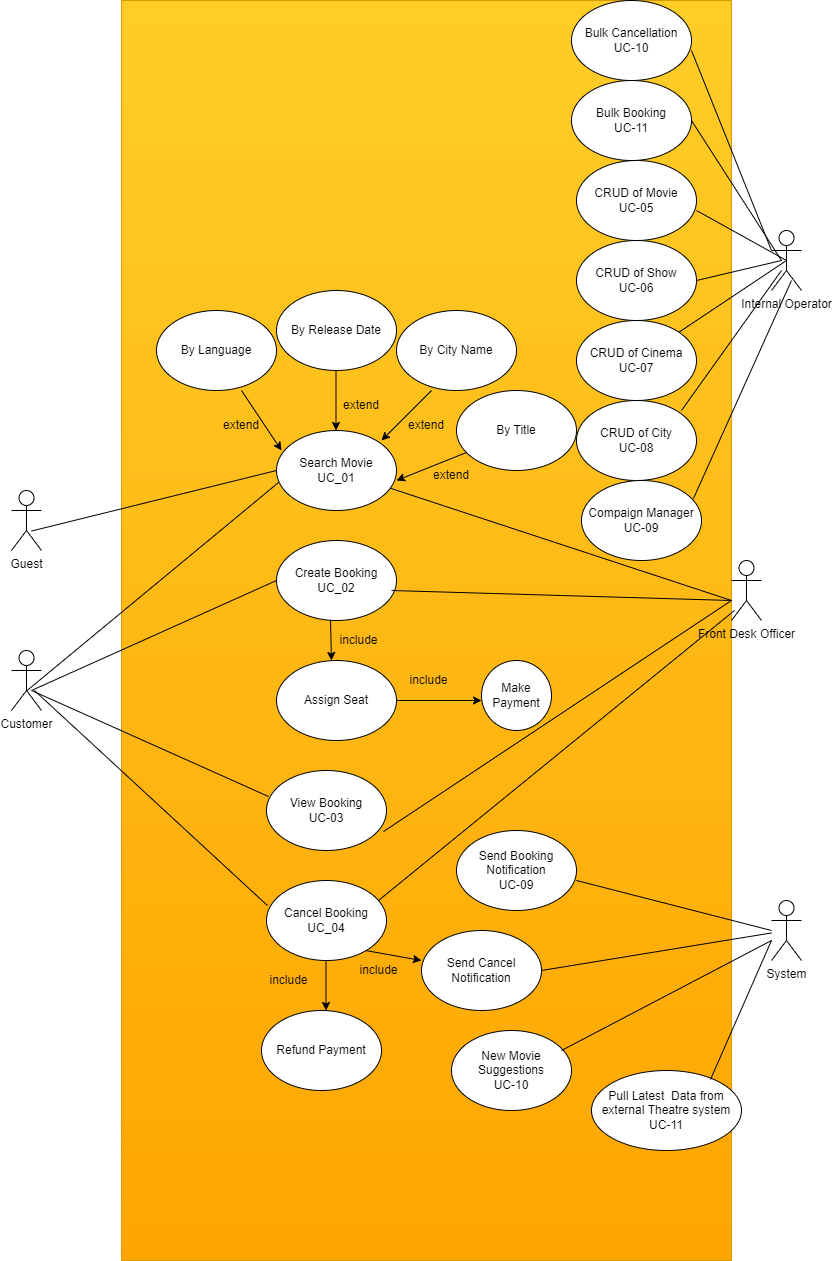
Before: img/usecasediagram.png, a diagram exported from draw.io (kumprabhat/movie-ticket-booking-system). Source tidied: cells renumbered, new cells last; positions are measured from the earlier drawing's top-left corner, leaving out a move shared by most shapes.
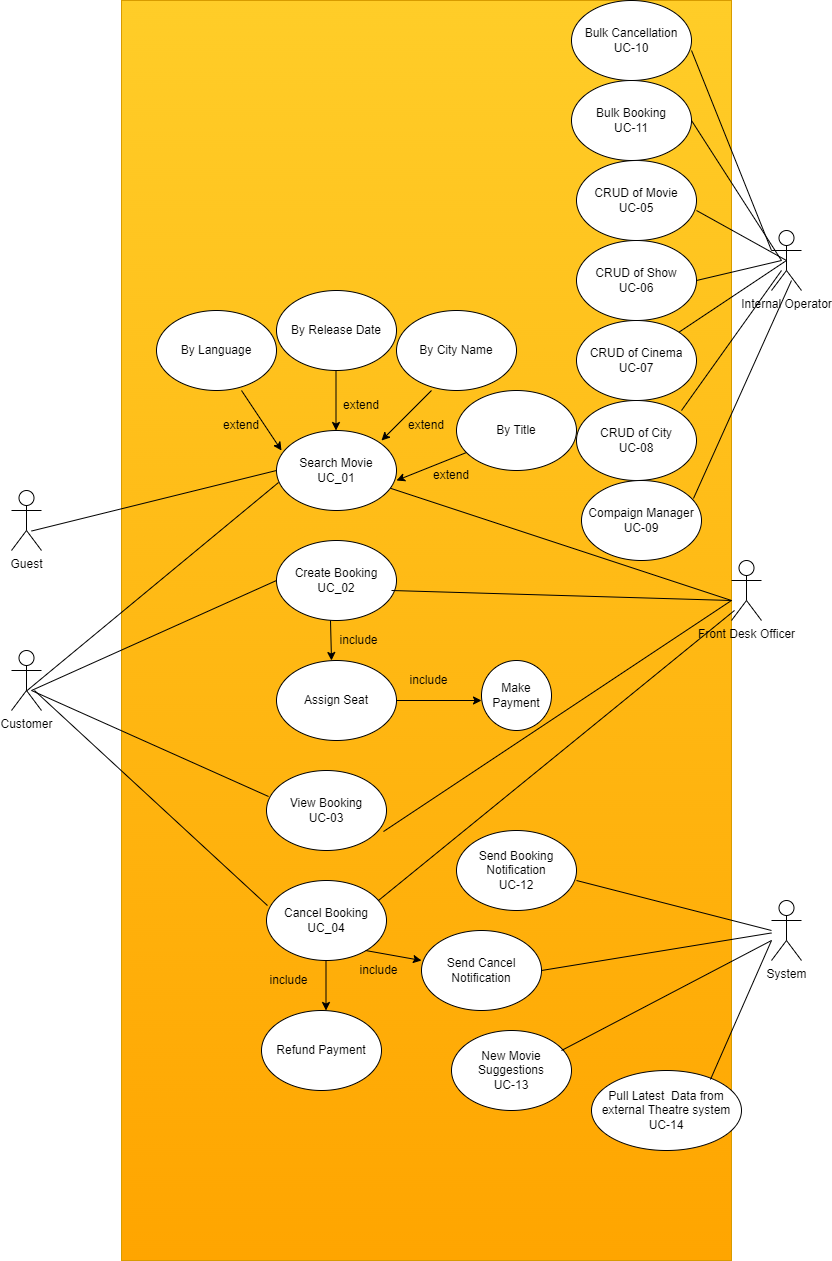
After the commit.

Diff of the diagram source:
```diff
@@ -211,7 +211,7 @@
         <mxPoint x="530" y="970" as="sourcePoint" />
       </mxGeometry>
     </mxCell>
-    <mxCell id="54" value="Send Booking Notification&lt;br&gt;UC-09" style="ellipse;whiteSpace=wrap;html=1;" parent="1" vertex="1">
+    <mxCell id="54" value="Send Booking Notification&lt;br&gt;UC-12" style="ellipse;whiteSpace=wrap;html=1;" parent="1" vertex="1">
       <mxGeometry x="445" y="830" width="120" height="80" as="geometry" />
     </mxCell>
     <mxCell id="55" style="endArrow=none;html=1;rounded=0;exitX=0.933;exitY=0.25;exitDx=0;exitDy=0;exitPerimeter=0;" parent="1" edge="1">
@@ -220,7 +220,7 @@
         <mxPoint x="760" y="930" as="targetPoint" />
       </mxGeometry>
     </mxCell>
-    <mxCell id="56" value="New Movie Suggestions&lt;br&gt;UC-10" style="ellipse;whiteSpace=wrap;html=1;" parent="1" vertex="1">
+    <mxCell id="56" value="New Movie Suggestions&lt;br&gt;UC-13" style="ellipse;whiteSpace=wrap;html=1;" parent="1" vertex="1">
       <mxGeometry x="440" y="1030" width="120" height="80" as="geometry" />
     </mxCell>
     <mxCell id="57" style="endArrow=none;html=1;rounded=0;exitX=0.933;exitY=0.25;exitDx=0;exitDy=0;exitPerimeter=0;" parent="1" edge="1">
@@ -229,7 +229,7 @@
         <mxPoint x="760" y="940" as="targetPoint" />
       </mxGeometry>
     </mxCell>
-    <mxCell id="58" value="Pull Latest&amp;nbsp; Data from external Theatre system&lt;br&gt;UC-11" style="ellipse;whiteSpace=wrap;html=1;" parent="1" vertex="1">
+    <mxCell id="58" value="Pull Latest&amp;nbsp; Data from external Theatre system&lt;br&gt;UC-14" style="ellipse;whiteSpace=wrap;html=1;" parent="1" vertex="1">
       <mxGeometry x="580" y="1070" width="150" height="80" as="geometry" />
     </mxCell>
     <mxCell id="59" style="endArrow=none;html=1;rounded=0;exitX=0.793;exitY=0.113;exitDx=0;exitDy=0;exitPerimeter=0;" parent="1" edge="1" source="58">
```
